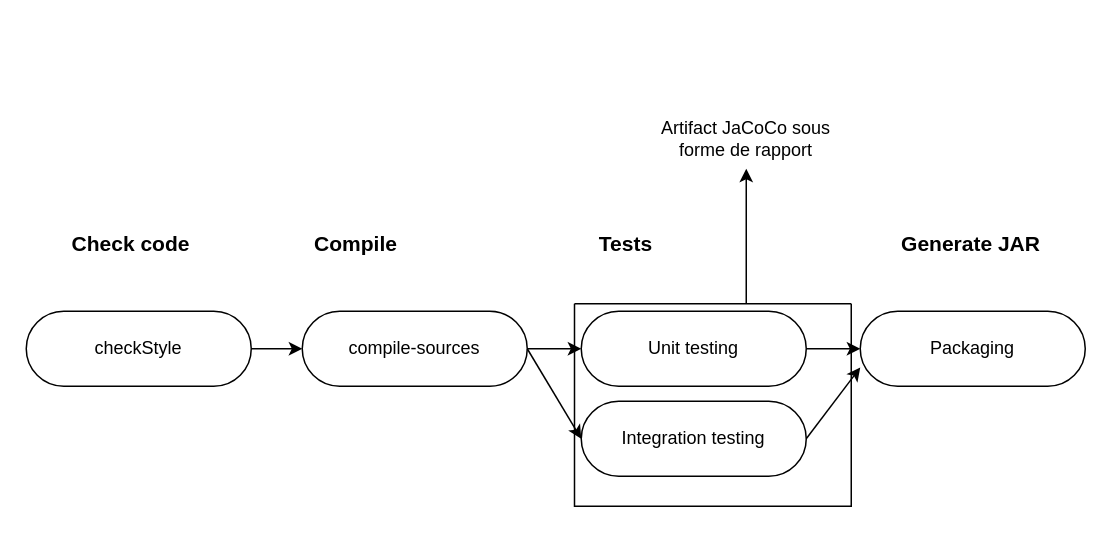
Before: Testing UT pipeline.drawio in cjour/audit_logistics, a draw.io diagram. Source tidied: cells renumbered, new cells numbered last; positions are measured from the earlier drawing's top-left corner, leaving out a move shared by most shapes. Both pictures are drawn from the tidied source at 150%, with x=0, y=0 at pixel (26, 116).
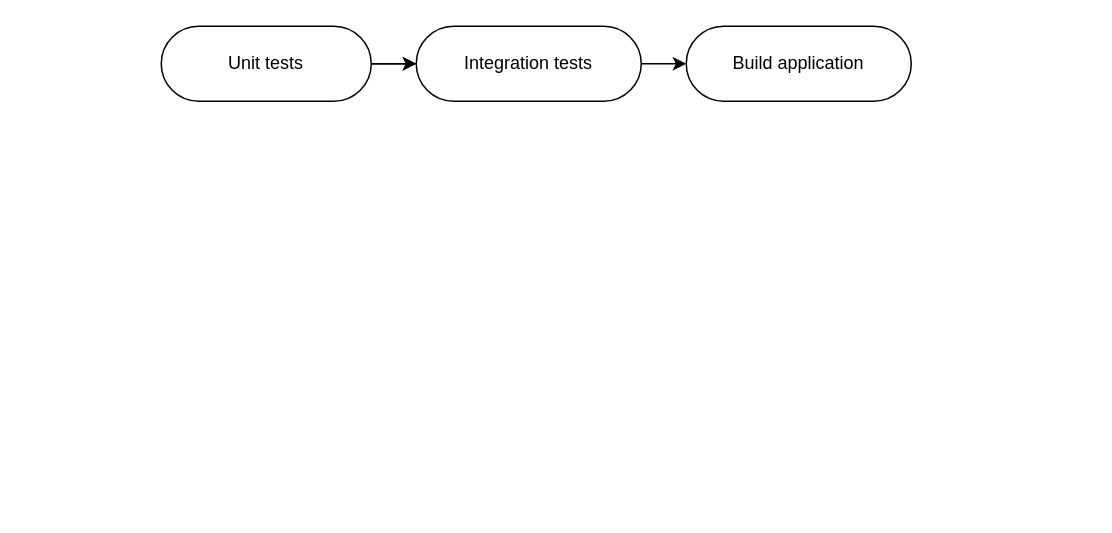
The same page after the edit.

Commit message (it also covers changes not shown here):
Mettre à jour Testing UT pipeline.drawio

What changed in the source:
```diff
@@
-    <mxCell id="2" value="compile-sources" style="rounded=1;whiteSpace=wrap;html=1;arcSize=50;" parent="1" vertex="1">
-      <mxGeometry x="184" y="130" width="150" height="50" as="geometry" />
-    </mxCell>
-    <mxCell id="3" value="Unit testing" style="rounded=1;whiteSpace=wrap;html=1;arcSize=50;" parent="1" vertex="1">
-      <mxGeometry x="370" y="130" width="150" height="50" as="geometry" />
-    </mxCell>
-    <mxCell id="4" value="checkStyle" style="rounded=1;whiteSpace=wrap;html=1;arcSize=50;" parent="1" vertex="1">
-      <mxGeometry y="130" width="150" height="50" as="geometry" />
-    </mxCell>
-    <mxCell id="5" value="Check code" style="text;html=1;strokeColor=none;fillColor=none;align=center;verticalAlign=middle;whiteSpace=wrap;rounded=0;fontStyle=1;fontSize=14;" parent="1" vertex="1">
-      <mxGeometry x="20" y="70" width="100" height="30" as="geometry" />
-    </mxCell>
-    <mxCell id="6" value="Compile" style="text;html=1;strokeColor=none;fillColor=none;align=center;verticalAlign=middle;whiteSpace=wrap;rounded=0;fontStyle=1;fontSize=14;" parent="1" vertex="1">
-      <mxGeometry x="190" y="70" width="60" height="30" as="geometry" />
-    </mxCell>
-    <mxCell id="7" value="Tests" style="text;html=1;strokeColor=none;fillColor=none;align=center;verticalAlign=middle;whiteSpace=wrap;rounded=0;fontStyle=1;fontSize=14;" parent="1" vertex="1">
-      <mxGeometry x="370" y="70" width="60" height="30" as="geometry" />
-    </mxCell>
-    <mxCell id="8" value="Artifact JaCoCo sous forme de rapport" style="text;html=1;strokeColor=none;fillColor=none;align=center;verticalAlign=middle;whiteSpace=wrap;rounded=0;" parent="1" vertex="1">
-      <mxGeometry x="410" width="140" height="30" as="geometry" />
-    </mxCell>
-    <mxCell id="9" style="endArrow=classic;html=1;rounded=0;exitX=1;exitY=0.5;exitDx=0;exitDy=0;entryX=0;entryY=0.5;entryDx=0;entryDy=0;" parent="1" edge="1" source="4" target="2">
-      <mxGeometry relative="1" as="geometry" />
-    </mxCell>
-    <mxCell id="10" style="endArrow=classic;html=1;rounded=0;entryX=0;entryY=0.5;entryDx=0;entryDy=0;exitX=1;exitY=0.5;exitDx=0;exitDy=0;" parent="1" edge="1" source="2" target="3">
-      <mxGeometry relative="1" as="geometry" />
-    </mxCell>
-    <mxCell id="11" value="Generate JAR" style="text;html=1;strokeColor=none;fillColor=none;align=center;verticalAlign=middle;whiteSpace=wrap;rounded=0;fontStyle=1;fontSize=14;" parent="1" vertex="1">
-      <mxGeometry x="580" y="70" width="100" height="30" as="geometry" />
-    </mxCell>
-    <mxCell id="12" value="Packaging" style="rounded=1;whiteSpace=wrap;html=1;arcSize=50;" parent="1" vertex="1">
-      <mxGeometry x="556" y="130" width="150" height="50" as="geometry" />
+    <mxCell id="12" value="Build application" style="rounded=1;whiteSpace=wrap;html=1;arcSize=50;" parent="1" vertex="1">
+      <mxGeometry x="440" y="-60" width="150" height="50" as="geometry" />
     </mxCell>
-    <mxCell id="13" style="endArrow=classic;html=1;rounded=0;entryX=0;entryY=0.5;entryDx=0;entryDy=0;exitX=1;exitY=0.5;exitDx=0;exitDy=0;" parent="1" edge="1" target="12">
-      <mxGeometry relative="1" as="geometry">
-        <mxPoint x="520" y="155" as="sourcePoint" />
-      </mxGeometry>
+    <mxCell id="13" style="endArrow=classic;html=1;rounded=0;entryX=0;entryY=0.5;entryDx=0;entryDy=0;exitX=1;exitY=0.5;exitDx=0;exitDy=0;" parent="1" edge="1" source="14" target="12">
+      <mxGeometry relative="1" as="geometry" />
     </mxCell>
-    <mxCell id="14" value="Integration testing" style="rounded=1;whiteSpace=wrap;html=1;arcSize=50;" parent="1" vertex="1">
-      <mxGeometry x="370" y="190" width="150" height="50" as="geometry" />
+    <mxCell id="14" value="Integration tests" style="rounded=1;whiteSpace=wrap;html=1;arcSize=50;" parent="1" vertex="1">
+      <mxGeometry x="260" y="-60" width="150" height="50" as="geometry" />
     </mxCell>
-    <mxCell id="15" style="endArrow=classic;html=1;rounded=0;entryX=0;entryY=0.5;entryDx=0;entryDy=0;exitX=1;exitY=0.5;exitDx=0;exitDy=0;" parent="1" edge="1" source="2" target="14">
-      <mxGeometry relative="1" as="geometry" />
-    </mxCell>
-    <mxCell id="16" style="endArrow=classic;html=1;rounded=0;entryX=0;entryY=0.75;entryDx=0;entryDy=0;exitX=1;exitY=0.5;exitDx=0;exitDy=0;" parent="1" edge="1" source="14" target="12">
-      <mxGeometry relative="1" as="geometry" />
-    </mxCell>
-    <mxCell id="17" style="swimlane;startSize=0;" parent="1" vertex="1">
-      <mxGeometry x="365.5" y="125" width="184.5" height="135" as="geometry" />
-    </mxCell>
-    <mxCell id="18" style="endArrow=classic;html=1;rounded=0;" parent="1" edge="1">
-      <mxGeometry relative="1" as="geometry">
-        <mxPoint x="480" y="125" as="sourcePoint" />
-        <mxPoint x="480" y="35" as="targetPoint" />
-      </mxGeometry>
-    </mxCell>
+    <mxCell id="19" style="endArrow=classic;html=1;rounded=0;entryX=0;entryY=0.5;entryDx=0;entryDy=0;exitX=1;exitY=0.5;exitDx=0;exitDy=0;" parent="1" edge="1" source="3" target="14">
+      <mxGeometry relative="1" as="geometry" />
+    </mxCell>
+    <mxCell id="20" style="edgeStyle=orthogonalEdgeStyle;rounded=0;jettySize=auto;html=1;" parent="1" edge="1" source="3" target="14">
+      <mxGeometry relative="1" as="geometry" />
+    </mxCell>
+    <mxCell id="3" value="Unit tests" style="rounded=1;whiteSpace=wrap;html=1;arcSize=50;" parent="1" vertex="1">
+      <mxGeometry x="90" y="-60" width="140" height="50" as="geometry" />
+    </mxCell>
```
